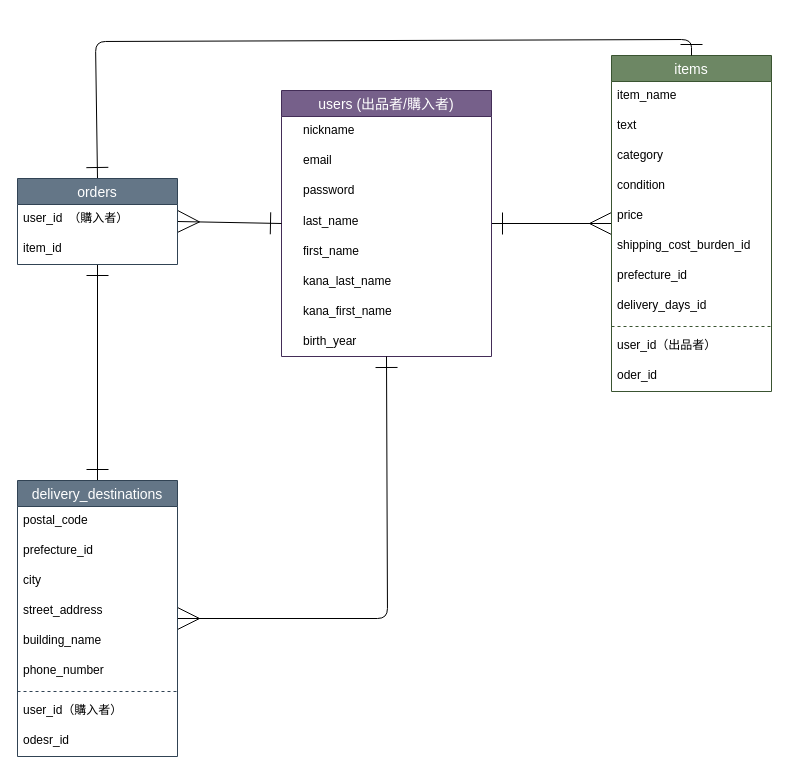
Earlier version of the draw.io diagram ER図.dio (samaimo/furima-40414). Source tidied: cells renumbered, new cells numbered last; positions are measured from the earlier drawing's top-left corner, leaving out a move shared by most shapes. Both pictures are drawn from the tidied source at 100%, with x=0, y=0 at pixel (17, 39).
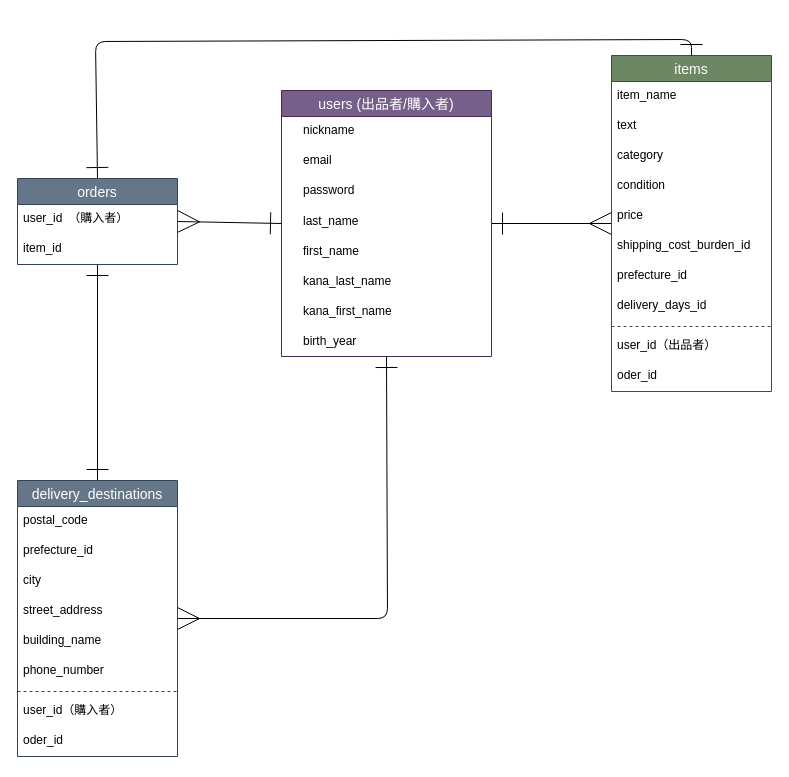
The same page after the edit.

Commit message (it also covers changes not shown here):
ER図のスペル修正

The change refers to these unchanged cells:
```xml
<mxCell id="31" value="delivery_destinations" style="swimlane;fontStyle=0;horizontal=1;startSize=26;align=center;fontSize=14;fillColor=#647687;fontColor=#ffffff;strokeColor=#314354;" parent="1" vertex="1">
  <mxGeometry y="441" width="160" height="276" as="geometry" />
</mxCell>
```

What changed in the source:
```diff
@@
-    <mxCell id="40" value="odesr_id" style="text;strokeColor=none;fillColor=none;spacingLeft=4;spacingRight=4;overflow=hidden;fontSize=12;" parent="31" vertex="1">
+    <mxCell id="40" value="oder_id" style="text;strokeColor=none;fillColor=none;spacingLeft=4;spacingRight=4;overflow=hidden;fontSize=12;" parent="31" vertex="1">
       <mxGeometry y="246" width="160" height="30" as="geometry" />
     </mxCell>
```
